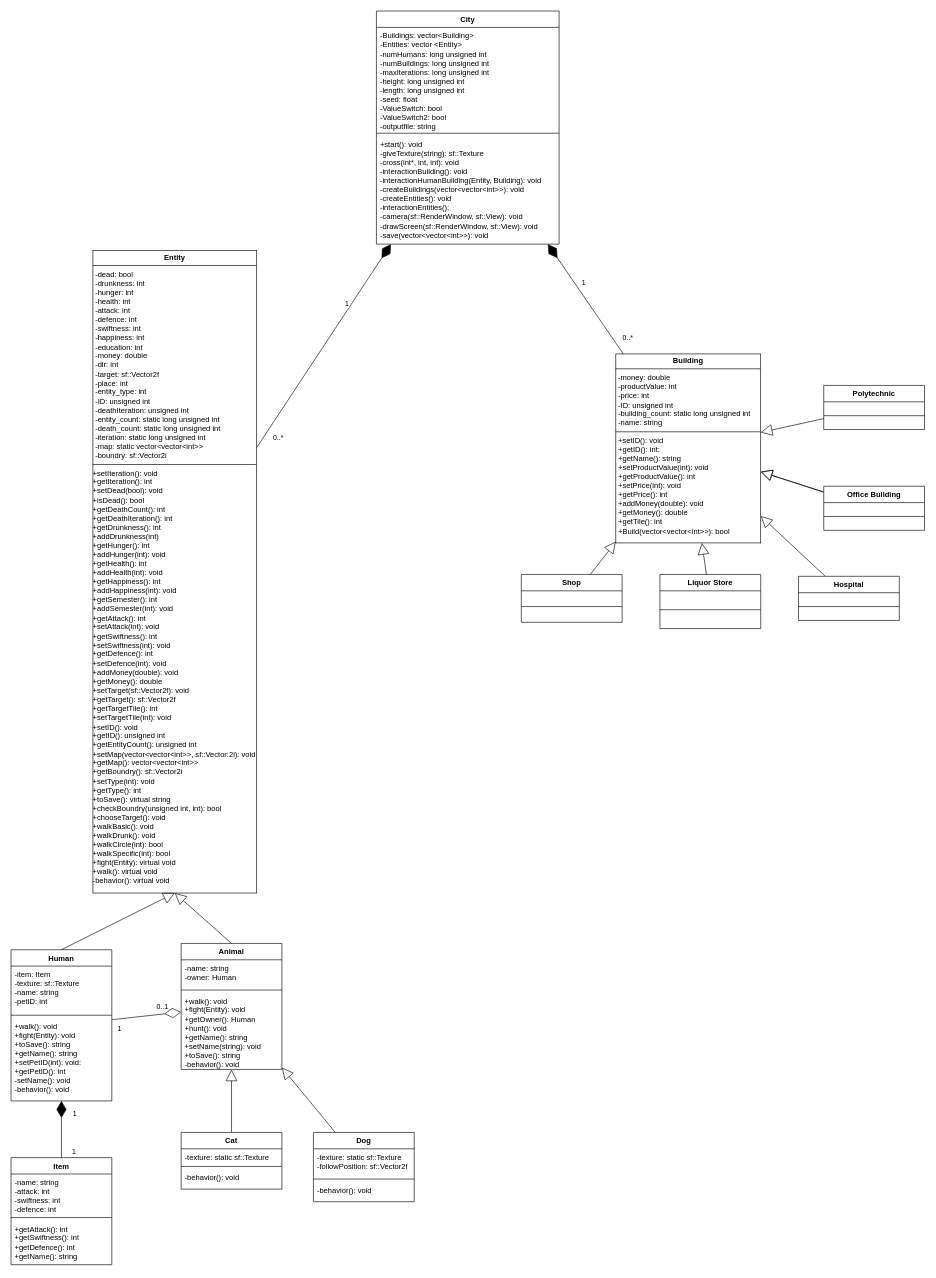
The draw.io diagram drawio/Diagram_Class.drawio in KacKep/city_simulator, before the edit. Source tidied: cells renumbered, new cells numbered last; positions are measured from the earlier drawing's top-left corner, leaving out a move shared by most shapes. Both pictures are drawn from the tidied source at 63%, with x=0, y=0 at pixel (11, 11).
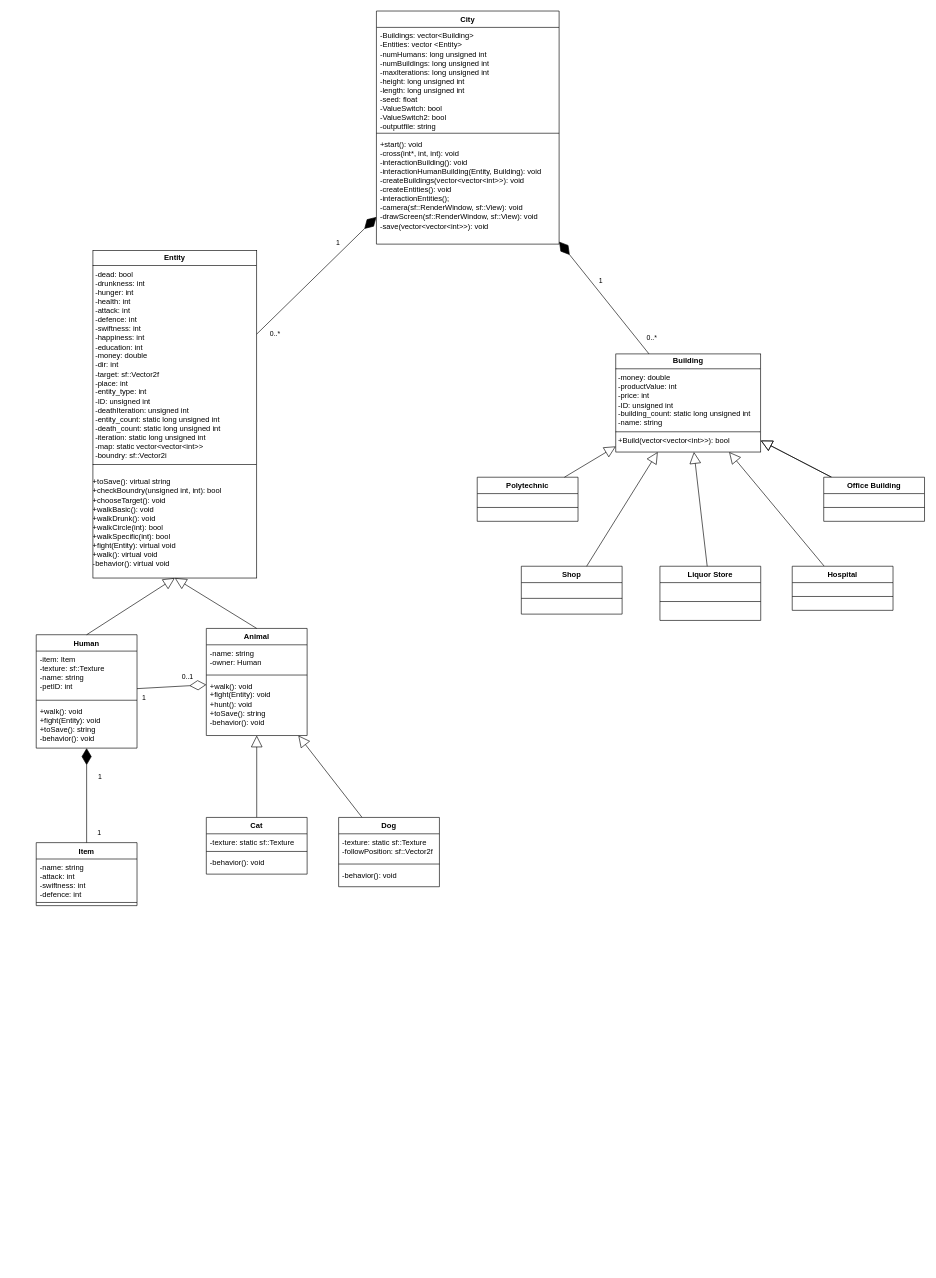
Above is the later version.

The change refers to these unchanged cells:
```xml
<mxCell id="2" value="City" style="swimlane;fontStyle=1;align=center;verticalAlign=top;horizontal=1;startSize=26;whiteSpace=wrap;html=1;" parent="1" vertex="1">
  <mxGeometry x="580" width="290" height="370" as="geometry" />
</mxCell>
```

The edit, as a diff of the source:
```diff
@@
-    <mxCell id="5" value="&lt;div&gt;+start(): void&lt;/div&gt;&lt;div&gt;-giveTexture(string): sf::Texture&lt;/div&gt;&lt;div&gt;-cross(int*, int, int): void&lt;/div&gt;&lt;div&gt;-interactionBuilding(): void&lt;/div&gt;&lt;div&gt;-interactionHumanBuilding(Entity, Building): void&lt;/div&gt;&lt;div&gt;&lt;div&gt;-createBuildings(vector&amp;lt;vector&amp;lt;int&amp;gt;&amp;gt;): void&lt;/div&gt;&lt;div&gt;-createEntities(): void&lt;/div&gt;&lt;div&gt;-interactionEntities();&lt;/div&gt;&lt;/div&gt;&lt;div&gt;-camera(sf::RenderWindow, sf::View): void&lt;/div&gt;&lt;div&gt;-drawScreen(sf::RenderWindow, sf::View): void&lt;/div&gt;&lt;div&gt;-&lt;span class=&quot;html-span xdj266r x11i5rnm xat24cr x1mh8g0r xexx8yu x4uap5 x18d9i69 xkhd6sd x1hl2dhg x16tdsg8 x1vvkbs x4k7w5x x1h91t0o x1h9r5lt x1jfb8zj xv2umb2 x1beo9mf xaigb6o x12ejxvf x3igimt xarpa2k xedcshv x1lytzrv x1t2pt76 x7ja8zs x1qrby5j&quot;&gt;&lt;span dir=&quot;auto&quot; style=&quot;----base-line-clamp-line-height: 19.9995px; --lineHeight: 19.9995px;&quot; class=&quot;x1lliihq x1plvlek xryxfnj x1n2onr6 x1ji0vk5 x18bv5gf x193iq5w xeuugli x13faqbe x1vvkbs x1s928wv xhkezso x1gmr53x x1cpjm7i x1fgarty x1943h6x x1xmvt09 x6prxxf x1fcty0u xnba3h0 xudqn12 x3x7a5m xq9mrsl&quot;&gt;save(&lt;/span&gt;&lt;/span&gt;vector&amp;lt;vector&amp;lt;int&amp;gt;&amp;gt;&lt;span class=&quot;html-span xdj266r x11i5rnm xat24cr x1mh8g0r xexx8yu x4uap5 x18d9i69 xkhd6sd x1hl2dhg x16tdsg8 x1vvkbs x4k7w5x x1h91t0o x1h9r5lt x1jfb8zj xv2umb2 x1beo9mf xaigb6o x12ejxvf x3igimt xarpa2k xedcshv x1lytzrv x1t2pt76 x7ja8zs x1qrby5j&quot;&gt;&lt;span dir=&quot;auto&quot; style=&quot;----base-line-clamp-line-height: 19.9995px; --lineHeight: 19.9995px;&quot; class=&quot;x1lliihq x1plvlek xryxfnj x1n2onr6 x1ji0vk5 x18bv5gf x193iq5w xeuugli x13faqbe x1vvkbs x1s928wv xhkezso x1gmr53x x1cpjm7i x1fgarty x1943h6x x1xmvt09 x6prxxf x1fcty0u xnba3h0 xudqn12 x3x7a5m xq9mrsl&quot;&gt;): void&lt;/span&gt;&lt;/span&gt;&lt;/div&gt;&lt;div&gt;&lt;span class=&quot;html-span xdj266r x11i5rnm xat24cr x1mh8g0r xexx8yu x4uap5 x18d9i69 xkhd6sd x1hl2dhg x16tdsg8 x1vvkbs x4k7w5x x1h91t0o x1h9r5lt x1jfb8zj xv2umb2 x1beo9mf xaigb6o x12ejxvf x3igimt xarpa2k xedcshv x1lytzrv x1t2pt76 x7ja8zs x1qrby5j&quot;&gt;&lt;span dir=&quot;auto&quot; style=&quot;----base-line-clamp-line-height: 19.9995px; --lineHeight: 19.9995px;&quot; class=&quot;x1lliihq x1plvlek xryxfnj x1n2onr6 x1ji0vk5 x18bv5gf x193iq5w xeuugli x13faqbe x1vvkbs x1s928wv xhkezso x1gmr53x x1cpjm7i x1fgarty x1943h6x x1xmvt09 x6prxxf x1fcty0u xnba3h0 xudqn12 x3x7a5m xq9mrsl&quot;&gt;&lt;br&gt;&lt;/span&gt;&lt;/span&gt;&lt;/div&gt;&lt;div&gt;&lt;br&gt;&lt;/div&gt;" style="text;strokeColor=none;fillColor=none;align=left;verticalAlign=top;spacingLeft=4;spacingRight=4;overflow=hidden;whiteSpace=wrap;html=1;" parent="2" vertex="1">
+    <mxCell id="5" value="&lt;div&gt;+start(): void&lt;/div&gt;&lt;div&gt;&lt;span style=&quot;background-color: transparent; color: light-dark(rgb(0, 0, 0), rgb(255, 255, 255));&quot;&gt;-cross(int*, int, int): void&lt;/span&gt;&lt;/div&gt;&lt;div&gt;-interactionBuilding(): void&lt;/div&gt;&lt;div&gt;-interactionHumanBuilding(Entity, Building): void&lt;/div&gt;&lt;div&gt;&lt;div&gt;-createBuildings(vector&amp;lt;vector&amp;lt;int&amp;gt;&amp;gt;): void&lt;/div&gt;&lt;div&gt;-createEntities(): void&lt;/div&gt;&lt;div&gt;-interactionEntities();&lt;/div&gt;&lt;/div&gt;&lt;div&gt;-camera(sf::RenderWindow, sf::View): void&lt;/div&gt;&lt;div&gt;-drawScreen(sf::RenderWindow, sf::View): void&lt;/div&gt;&lt;div&gt;-&lt;span class=&quot;html-span xdj266r x11i5rnm xat24cr x1mh8g0r xexx8yu x4uap5 x18d9i69 xkhd6sd x1hl2dhg x16tdsg8 x1vvkbs x4k7w5x x1h91t0o x1h9r5lt x1jfb8zj xv2umb2 x1beo9mf xaigb6o x12ejxvf x3igimt xarpa2k xedcshv x1lytzrv x1t2pt76 x7ja8zs x1qrby5j&quot;&gt;&lt;span dir=&quot;auto&quot; style=&quot;----base-line-clamp-line-height: 19.9995px; --lineHeight: 19.9995px;&quot; class=&quot;x1lliihq x1plvlek xryxfnj x1n2onr6 x1ji0vk5 x18bv5gf x193iq5w xeuugli x13faqbe x1vvkbs x1s928wv xhkezso x1gmr53x x1cpjm7i x1fgarty x1943h6x x1xmvt09 x6prxxf x1fcty0u xnba3h0 xudqn12 x3x7a5m xq9mrsl&quot;&gt;save(&lt;/span&gt;&lt;/span&gt;vector&amp;lt;vector&amp;lt;int&amp;gt;&amp;gt;&lt;span class=&quot;html-span xdj266r x11i5rnm xat24cr x1mh8g0r xexx8yu x4uap5 x18d9i69 xkhd6sd x1hl2dhg x16tdsg8 x1vvkbs x4k7w5x x1h91t0o x1h9r5lt x1jfb8zj xv2umb2 x1beo9mf xaigb6o x12ejxvf x3igimt xarpa2k xedcshv x1lytzrv x1t2pt76 x7ja8zs x1qrby5j&quot;&gt;&lt;span dir=&quot;auto&quot; style=&quot;----base-line-clamp-line-height: 19.9995px; --lineHeight: 19.9995px;&quot; class=&quot;x1lliihq x1plvlek xryxfnj x1n2onr6 x1ji0vk5 x18bv5gf x193iq5w xeuugli x13faqbe x1vvkbs x1s928wv xhkezso x1gmr53x x1cpjm7i x1fgarty x1943h6x x1xmvt09 x6prxxf x1fcty0u xnba3h0 xudqn12 x3x7a5m xq9mrsl&quot;&gt;): void&lt;/span&gt;&lt;/span&gt;&lt;/div&gt;&lt;div&gt;&lt;span class=&quot;html-span xdj266r x11i5rnm xat24cr x1mh8g0r xexx8yu x4uap5 x18d9i69 xkhd6sd x1hl2dhg x16tdsg8 x1vvkbs x4k7w5x x1h91t0o x1h9r5lt x1jfb8zj xv2umb2 x1beo9mf xaigb6o x12ejxvf x3igimt xarpa2k xedcshv x1lytzrv x1t2pt76 x7ja8zs x1qrby5j&quot;&gt;&lt;span dir=&quot;auto&quot; style=&quot;----base-line-clamp-line-height: 19.9995px; --lineHeight: 19.9995px;&quot; class=&quot;x1lliihq x1plvlek xryxfnj x1n2onr6 x1ji0vk5 x18bv5gf x193iq5w xeuugli x13faqbe x1vvkbs x1s928wv xhkezso x1gmr53x x1cpjm7i x1fgarty x1943h6x x1xmvt09 x6prxxf x1fcty0u xnba3h0 xudqn12 x3x7a5m xq9mrsl&quot;&gt;&lt;br&gt;&lt;/span&gt;&lt;/span&gt;&lt;/div&gt;&lt;div&gt;&lt;br&gt;&lt;/div&gt;" style="text;strokeColor=none;fillColor=none;align=left;verticalAlign=top;spacingLeft=4;spacingRight=4;overflow=hidden;whiteSpace=wrap;html=1;" parent="2" vertex="1">
       <mxGeometry y="198" width="290" height="172" as="geometry" />
     </mxCell>
-    <mxCell id="6" value="&lt;p style=&quot;margin:0px;margin-top:4px;text-align:center;&quot;&gt;&lt;b&gt;Entity&lt;/b&gt;&lt;/p&gt;&lt;hr size=&quot;1&quot; style=&quot;border-style:solid;&quot;&gt;&lt;p style=&quot;margin: 0px 0px 0px 4px;&quot;&gt;-dead: bool&lt;/p&gt;&lt;p style=&quot;margin: 0px 0px 0px 4px;&quot;&gt;-drunkness: int&lt;/p&gt;&lt;p style=&quot;margin: 0px 0px 0px 4px;&quot;&gt;-hunger: int&lt;/p&gt;&lt;p style=&quot;margin: 0px 0px 0px 4px;&quot;&gt;-health: int&lt;/p&gt;&lt;p style=&quot;margin: 0px 0px 0px 4px;&quot;&gt;-attack: int&lt;/p&gt;&lt;p style=&quot;margin: 0px 0px 0px 4px;&quot;&gt;-defence: int&lt;/p&gt;&lt;p style=&quot;margin: 0px 0px 0px 4px;&quot;&gt;-swiftness: int&lt;/p&gt;&lt;p style=&quot;margin: 0px 0px 0px 4px;&quot;&gt;-happiness: int&lt;/p&gt;&lt;p style=&quot;margin: 0px 0px 0px 4px;&quot;&gt;-education: int&lt;/p&gt;&lt;p style=&quot;margin: 0px 0px 0px 4px;&quot;&gt;-money: double&lt;/p&gt;&lt;p style=&quot;margin: 0px 0px 0px 4px;&quot;&gt;-dir: int&lt;/p&gt;&lt;p style=&quot;margin: 0px 0px 0px 4px;&quot;&gt;-target: sf::Vector2f&lt;/p&gt;&lt;p style=&quot;margin: 0px 0px 0px 4px;&quot;&gt;-place: int&lt;/p&gt;&lt;p style=&quot;margin: 0px 0px 0px 4px;&quot;&gt;-entity_type: int&lt;/p&gt;&lt;p style=&quot;margin: 0px 0px 0px 4px;&quot;&gt;-ID: unsigned int&lt;/p&gt;&lt;p style=&quot;margin: 0px 0px 0px 4px;&quot;&gt;-deathIteration: unsigned int&lt;/p&gt;&lt;p style=&quot;margin: 0px 0px 0px 4px;&quot;&gt;-entity_count: static long unsigned int&lt;/p&gt;&lt;p style=&quot;margin: 0px 0px 0px 4px;&quot;&gt;-death_count: static long unsigned int&lt;/p&gt;&lt;p style=&quot;margin: 0px 0px 0px 4px;&quot;&gt;-iteration: static long unsigned int&lt;/p&gt;&lt;p style=&quot;margin: 0px 0px 0px 4px;&quot;&gt;-map: static vector&amp;lt;vector&amp;lt;int&amp;gt;&amp;gt;&lt;/p&gt;&lt;p style=&quot;margin: 0px 0px 0px 4px;&quot;&gt;-boundry: sf::Vector2i&lt;/p&gt;&lt;hr size=&quot;1&quot; style=&quot;border-style:solid;&quot;&gt;&lt;div&gt;+setIteration(): void&lt;/div&gt;&lt;div&gt;+getIteration(): int&lt;/div&gt;&lt;div&gt;+setDead(bool): void&lt;/div&gt;&lt;div&gt;+isDead(): bool&lt;/div&gt;&lt;div&gt;+getDeathCount(): int&lt;/div&gt;&lt;div&gt;+getDeathIteration(): int&lt;/div&gt;&lt;div&gt;+getDrunkness(): int&lt;/div&gt;&lt;div&gt;+addDrunkness(int)&lt;/div&gt;&lt;div&gt;+getHunger(): int&lt;/div&gt;&lt;div&gt;+addHunger(int): void&lt;/div&gt;&lt;div&gt;+getHealth(): int&lt;/div&gt;&lt;div&gt;+addHealth(int): void&lt;/div&gt;&lt;div&gt;+getHappiness(): int&lt;/div&gt;&lt;div&gt;+addHappiness(int): void&lt;/div&gt;&lt;div&gt;+getSemester(): int&lt;/div&gt;&lt;div&gt;+addSemester(int): void&lt;/div&gt;&lt;div&gt;+getAttack(): int&lt;/div&gt;&lt;div&gt;+setAttack(int): void&lt;/div&gt;&lt;div&gt;+getSwiftness(): int&lt;/div&gt;&lt;div&gt;+setSwiftness(int): void&lt;/div&gt;&lt;div&gt;+getDefence(): int&lt;/div&gt;&lt;div&gt;+setDefence(int): void&lt;/div&gt;&lt;div&gt;+addMoney(double): void&lt;/div&gt;&lt;div&gt;+getMoney(): double&lt;/div&gt;&lt;div&gt;&lt;div&gt;+setTarget(&lt;span style=&quot;background-color: transparent; color: light-dark(rgb(0, 0, 0), rgb(255, 255, 255));&quot;&gt;&lt;/span&gt;&lt;span style=&quot;background-color: transparent; color: light-dark(rgb(0, 0, 0), rgb(255, 255, 255));&quot;&gt;sf::Vector2f&lt;/span&gt;): void&lt;/div&gt;&lt;div&gt;+getTarget(): sf::Vector2f&lt;/div&gt;&lt;div&gt;+getTargetTile(): int&lt;/div&gt;&lt;div&gt;+setTargetTile(int): void&lt;/div&gt;&lt;div&gt;+setID(): void&lt;/div&gt;&lt;div&gt;+getID(): unsigned int&lt;/div&gt;&lt;div&gt;+getEntityCount(): unsigned int&lt;/div&gt;&lt;div&gt;+setMap(vector&amp;lt;vector&amp;lt;int&amp;gt;&amp;gt;, sf::Vector:2i): void&lt;/div&gt;+getMap(): vector&amp;lt;vector&amp;lt;int&amp;gt;&amp;gt;&lt;/div&gt;&lt;div&gt;+getBoundry(): sf::Vector2i&lt;/div&gt;&lt;div&gt;+setType(int): void&lt;/div&gt;&lt;div&gt;+getType(): int&lt;/div&gt;&lt;div&gt;+toSave(): virtual string&lt;/div&gt;&lt;div&gt;+checkBoundry(unsigned int, int): bool&lt;/div&gt;&lt;div&gt;+chooseTarget(): void&lt;/div&gt;&lt;div&gt;+walkBasic(): void&lt;/div&gt;&lt;div&gt;+walkDrunk(): void&lt;/div&gt;&lt;div&gt;+walkCircle(int): bool&lt;/div&gt;&lt;div&gt;+walkSpecific(int): bool&lt;/div&gt;&lt;div&gt;+fight(Entity): virtual void&lt;br&gt;+walk(): virtual void&lt;/div&gt;&lt;div&gt;-behavior(): virtual void&lt;/div&gt;" style="verticalAlign=top;align=left;overflow=fill;html=1;whiteSpace=wrap;" parent="1" vertex="1">
-      <mxGeometry x="130" y="380" width="260" height="1020" as="geometry" />
+    <mxCell id="6" value="&lt;p style=&quot;margin:0px;margin-top:4px;text-align:center;&quot;&gt;&lt;b&gt;Entity&lt;/b&gt;&lt;/p&gt;&lt;hr size=&quot;1&quot; style=&quot;border-style:solid;&quot;&gt;&lt;p style=&quot;margin: 0px 0px 0px 4px;&quot;&gt;-dead: bool&lt;/p&gt;&lt;p style=&quot;margin: 0px 0px 0px 4px;&quot;&gt;-drunkness: int&lt;/p&gt;&lt;p style=&quot;margin: 0px 0px 0px 4px;&quot;&gt;-hunger: int&lt;/p&gt;&lt;p style=&quot;margin: 0px 0px 0px 4px;&quot;&gt;-health: int&lt;/p&gt;&lt;p style=&quot;margin: 0px 0px 0px 4px;&quot;&gt;-attack: int&lt;/p&gt;&lt;p style=&quot;margin: 0px 0px 0px 4px;&quot;&gt;-defence: int&lt;/p&gt;&lt;p style=&quot;margin: 0px 0px 0px 4px;&quot;&gt;-swiftness: int&lt;/p&gt;&lt;p style=&quot;margin: 0px 0px 0px 4px;&quot;&gt;-happiness: int&lt;/p&gt;&lt;p style=&quot;margin: 0px 0px 0px 4px;&quot;&gt;-education: int&lt;/p&gt;&lt;p style=&quot;margin: 0px 0px 0px 4px;&quot;&gt;-money: double&lt;/p&gt;&lt;p style=&quot;margin: 0px 0px 0px 4px;&quot;&gt;-dir: int&lt;/p&gt;&lt;p style=&quot;margin: 0px 0px 0px 4px;&quot;&gt;-target: sf::Vector2f&lt;/p&gt;&lt;p style=&quot;margin: 0px 0px 0px 4px;&quot;&gt;-place: int&lt;/p&gt;&lt;p style=&quot;margin: 0px 0px 0px 4px;&quot;&gt;-entity_type: int&lt;/p&gt;&lt;p style=&quot;margin: 0px 0px 0px 4px;&quot;&gt;-ID: unsigned int&lt;/p&gt;&lt;p style=&quot;margin: 0px 0px 0px 4px;&quot;&gt;-deathIteration: unsigned int&lt;/p&gt;&lt;p style=&quot;margin: 0px 0px 0px 4px;&quot;&gt;-entity_count: static long unsigned int&lt;/p&gt;&lt;p style=&quot;margin: 0px 0px 0px 4px;&quot;&gt;-death_count: static long unsigned int&lt;/p&gt;&lt;p style=&quot;margin: 0px 0px 0px 4px;&quot;&gt;-iteration: static long unsigned int&lt;/p&gt;&lt;p style=&quot;margin: 0px 0px 0px 4px;&quot;&gt;-map: static vector&amp;lt;vector&amp;lt;int&amp;gt;&amp;gt;&lt;/p&gt;&lt;p style=&quot;margin: 0px 0px 0px 4px;&quot;&gt;-boundry: sf::Vector2i&lt;/p&gt;&lt;hr size=&quot;1&quot; style=&quot;border-style:solid;&quot;&gt;&lt;div&gt;&lt;br&gt;&lt;/div&gt;&lt;div&gt;+toSave(): virtual string&lt;/div&gt;&lt;div&gt;+checkBoundry(unsigned int, int): bool&lt;/div&gt;&lt;div&gt;+chooseTarget(): void&lt;/div&gt;&lt;div&gt;+walkBasic(): void&lt;/div&gt;&lt;div&gt;+walkDrunk(): void&lt;/div&gt;&lt;div&gt;+walkCircle(int): bool&lt;/div&gt;&lt;div&gt;+walkSpecific(int): bool&lt;/div&gt;&lt;div&gt;+fight(Entity): virtual void&lt;br&gt;+walk(): virtual void&lt;/div&gt;&lt;div&gt;-behavior(): virtual void&lt;/div&gt;" style="verticalAlign=top;align=left;overflow=fill;html=1;whiteSpace=wrap;" parent="1" vertex="1">
+      <mxGeometry x="130" y="380" width="260" height="520" as="geometry" />
     </mxCell>
-    <mxCell id="7" value="&lt;p style=&quot;margin:0px;margin-top:4px;text-align:center;&quot;&gt;&lt;b&gt;Building&lt;/b&gt;&lt;/p&gt;&lt;hr size=&quot;1&quot; style=&quot;border-style:solid;&quot;&gt;&lt;p style=&quot;margin:0px;margin-left:4px;&quot;&gt;-money: double&lt;/p&gt;&lt;p style=&quot;margin:0px;margin-left:4px;&quot;&gt;-productValue: int&lt;/p&gt;&lt;p style=&quot;margin:0px;margin-left:4px;&quot;&gt;-price: int&lt;/p&gt;&lt;p style=&quot;margin:0px;margin-left:4px;&quot;&gt;-ID: unsigned int&lt;/p&gt;&lt;p style=&quot;margin:0px;margin-left:4px;&quot;&gt;-building_count: static long unsigned int&lt;/p&gt;&lt;p style=&quot;margin:0px;margin-left:4px;&quot;&gt;-name: string&lt;/p&gt;&lt;p style=&quot;margin:0px;margin-left:4px;&quot;&gt;&lt;/p&gt;&lt;hr size=&quot;1&quot; style=&quot;border-style:solid;&quot;&gt;&lt;p style=&quot;margin:0px;margin-left:4px;&quot;&gt;+setID(): void&lt;/p&gt;&lt;p style=&quot;margin:0px;margin-left:4px;&quot;&gt;+getID(): int:&lt;/p&gt;&lt;p style=&quot;margin:0px;margin-left:4px;&quot;&gt;+getName(): string&lt;/p&gt;&lt;p style=&quot;margin:0px;margin-left:4px;&quot;&gt;+setProductValue(int): void&lt;/p&gt;&lt;p style=&quot;margin:0px;margin-left:4px;&quot;&gt;+getProductValue(): int&lt;/p&gt;&lt;p style=&quot;margin:0px;margin-left:4px;&quot;&gt;+setPrice(int): void&lt;/p&gt;&lt;p style=&quot;margin:0px;margin-left:4px;&quot;&gt;+getPrice(): int&lt;/p&gt;&lt;p style=&quot;margin:0px;margin-left:4px;&quot;&gt;+addMoney(double): void&lt;/p&gt;&lt;p style=&quot;margin:0px;margin-left:4px;&quot;&gt;+getMoney(): double&lt;/p&gt;&lt;p style=&quot;margin:0px;margin-left:4px;&quot;&gt;+getTile(): int&lt;/p&gt;&lt;p style=&quot;margin:0px;margin-left:4px;&quot;&gt;+Build(vector&amp;lt;vector&amp;lt;int&amp;gt;&amp;gt;): bool&lt;/p&gt;" style="verticalAlign=top;align=left;overflow=fill;html=1;whiteSpace=wrap;" parent="1" vertex="1">
-      <mxGeometry x="960" y="544.3" width="230" height="300" as="geometry" />
+    <mxCell id="7" value="&lt;p style=&quot;margin:0px;margin-top:4px;text-align:center;&quot;&gt;&lt;b&gt;Building&lt;/b&gt;&lt;/p&gt;&lt;hr size=&quot;1&quot; style=&quot;border-style:solid;&quot;&gt;&lt;p style=&quot;margin:0px;margin-left:4px;&quot;&gt;-money: double&lt;/p&gt;&lt;p style=&quot;margin:0px;margin-left:4px;&quot;&gt;-productValue: int&lt;/p&gt;&lt;p style=&quot;margin:0px;margin-left:4px;&quot;&gt;-price: int&lt;/p&gt;&lt;p style=&quot;margin:0px;margin-left:4px;&quot;&gt;-ID: unsigned int&lt;/p&gt;&lt;p style=&quot;margin:0px;margin-left:4px;&quot;&gt;-building_count: static long unsigned int&lt;/p&gt;&lt;p style=&quot;margin:0px;margin-left:4px;&quot;&gt;-name: string&lt;/p&gt;&lt;p style=&quot;margin:0px;margin-left:4px;&quot;&gt;&lt;/p&gt;&lt;hr size=&quot;1&quot; style=&quot;border-style:solid;&quot;&gt;&lt;p style=&quot;margin:0px;margin-left:4px;&quot;&gt;&lt;span style=&quot;background-color: transparent; color: light-dark(rgb(0, 0, 0), rgb(255, 255, 255));&quot;&gt;+Build(vector&amp;lt;vector&amp;lt;int&amp;gt;&amp;gt;): bool&lt;/span&gt;&lt;/p&gt;" style="verticalAlign=top;align=left;overflow=fill;html=1;whiteSpace=wrap;" parent="1" vertex="1">
+      <mxGeometry x="960" y="544.3" width="230" height="155.7" as="geometry" />
     </mxCell>
     <mxCell id="8" value="Human" style="swimlane;fontStyle=1;align=center;verticalAlign=top;horizontal=1;startSize=26;whiteSpace=wrap;html=1;" parent="1" vertex="1">
-      <mxGeometry y="1490" width="160" height="240" as="geometry" />
+      <mxGeometry x="40" y="990" width="160" height="180" as="geometry" />
     </mxCell>
@@
-    <mxCell id="11" value="&lt;div&gt;+walk(): void&lt;/div&gt;&lt;div&gt;+fight(Entity): void&lt;/div&gt;&lt;div&gt;+toSave(): string&lt;/div&gt;&lt;div&gt;+getName(): string&lt;/div&gt;&lt;div&gt;+setPetID(int): void:&lt;/div&gt;&lt;div&gt;+getPetID(): int&lt;/div&gt;&lt;div&gt;-setName(): void&lt;/div&gt;&lt;div&gt;-behavior(): void&lt;/div&gt;" style="text;strokeColor=none;fillColor=none;align=left;verticalAlign=top;spacingLeft=4;spacingRight=4;overflow=hidden;whiteSpace=wrap;html=1;" parent="8" vertex="1">
-      <mxGeometry y="108" width="160" height="132" as="geometry" />
+    <mxCell id="11" value="&lt;div&gt;+walk(): void&lt;/div&gt;&lt;div&gt;+fight(Entity): void&lt;/div&gt;&lt;div&gt;+toSave(): string&lt;/div&gt;&lt;div&gt;-behavior(): void&lt;/div&gt;" style="text;strokeColor=none;fillColor=none;align=left;verticalAlign=top;spacingLeft=4;spacingRight=4;overflow=hidden;whiteSpace=wrap;html=1;" parent="8" vertex="1">
+      <mxGeometry y="108" width="160" height="72" as="geometry" />
     </mxCell>
     <mxCell id="12" value="Animal" style="swimlane;fontStyle=1;align=center;verticalAlign=top;horizontal=1;startSize=26;whiteSpace=wrap;html=1;" parent="1" vertex="1">
-      <mxGeometry x="270" y="1480" width="160" height="200" as="geometry" />
+      <mxGeometry x="310" y="980" width="160" height="170" as="geometry" />
     </mxCell>
@@
-    <mxCell id="15" value="&lt;div&gt;+walk(): void&lt;/div&gt;&lt;div&gt;+fight(Entity): void&lt;/div&gt;&lt;div&gt;+getOwner(): Human&lt;/div&gt;&lt;div&gt;+hunt(): void&lt;/div&gt;&lt;div&gt;+getName(): string&lt;/div&gt;&lt;div&gt;+setName(string): void&lt;/div&gt;&lt;div&gt;+toSave(): string&lt;/div&gt;&lt;div&gt;-behavior(): void&lt;/div&gt;" style="text;strokeColor=none;fillColor=none;align=left;verticalAlign=top;spacingLeft=4;spacingRight=4;overflow=hidden;whiteSpace=wrap;html=1;" parent="12" vertex="1">
-      <mxGeometry y="78" width="160" height="122" as="geometry" />
+    <mxCell id="15" value="&lt;div&gt;+walk(): void&lt;/div&gt;&lt;div&gt;+fight(Entity): void&lt;/div&gt;&lt;div&gt;+hunt(): void&lt;/div&gt;&lt;div&gt;+toSave(): string&lt;/div&gt;&lt;div&gt;-behavior(): void&lt;/div&gt;" style="text;strokeColor=none;fillColor=none;align=left;verticalAlign=top;spacingLeft=4;spacingRight=4;overflow=hidden;whiteSpace=wrap;html=1;" parent="12" vertex="1">
+      <mxGeometry y="78" width="160" height="92" as="geometry" />
     </mxCell>
     <mxCell id="16" value="Item" style="swimlane;fontStyle=1;align=center;verticalAlign=top;horizontal=1;startSize=26;whiteSpace=wrap;html=1;" parent="1" vertex="1">
-      <mxGeometry y="1820" width="160" height="170" as="geometry" />
+      <mxGeometry x="40" y="1320" width="160" height="100" as="geometry" />
     </mxCell>
@@
-    <mxCell id="19" value="+getAttack(): int&lt;div&gt;+getSwiftness(): int&lt;/div&gt;&lt;div&gt;+getDefence(): int&lt;/div&gt;&lt;div&gt;+getName(): string&lt;/div&gt;" style="text;strokeColor=none;fillColor=none;align=left;verticalAlign=top;spacingLeft=4;spacingRight=4;overflow=hidden;whiteSpace=wrap;html=1;" parent="16" vertex="1">
-      <mxGeometry y="100" width="160" height="70" as="geometry" />
-    </mxCell>
@@
     <mxCell id="22" value="&lt;div&gt;Shop&lt;/div&gt;" style="swimlane;fontStyle=1;align=center;verticalAlign=top;horizontal=1;startSize=26;whiteSpace=wrap;html=1;" parent="1" vertex="1">
-      <mxGeometry x="810" y="894.3" width="160" height="76" as="geometry" />
+      <mxGeometry x="810" y="881.3" width="160" height="76" as="geometry" />
     </mxCell>
@@
     <mxCell id="24" value="Liquor Store" style="swimlane;fontStyle=1;align=center;verticalAlign=top;horizontal=1;startSize=26;whiteSpace=wrap;html=1;" parent="1" vertex="1">
-      <mxGeometry x="1030" y="894.3" width="160" height="86" as="geometry" />
+      <mxGeometry x="1030" y="881.3" width="160" height="86" as="geometry" />
     </mxCell>
@@
     <mxCell id="40" value="Cat" style="swimlane;fontStyle=1;align=center;verticalAlign=top;horizontal=1;startSize=26;whiteSpace=wrap;html=1;" parent="1" vertex="1">
-      <mxGeometry x="270" y="1780" width="160" height="90" as="geometry" />
+      <mxGeometry x="310" y="1280" width="160" height="90" as="geometry" />
     </mxCell>
@@
     <mxCell id="44" value="Dog" style="swimlane;fontStyle=1;align=center;verticalAlign=top;horizontal=1;startSize=26;whiteSpace=wrap;html=1;" parent="1" vertex="1">
-      <mxGeometry x="480" y="1780" width="160" height="110" as="geometry" />
+      <mxGeometry x="520" y="1280" width="160" height="110" as="geometry" />
     </mxCell>
@@
     <mxCell id="48" value="Hospital" style="swimlane;fontStyle=1;align=center;verticalAlign=top;horizontal=1;startSize=26;whiteSpace=wrap;html=1;" parent="1" vertex="1">
-      <mxGeometry x="1250" y="897.3" width="160" height="70" as="geometry" />
+      <mxGeometry x="1240" y="881.3" width="160" height="70" as="geometry" />
     </mxCell>
@@
     <mxCell id="50" value="Polytechnic" style="swimlane;fontStyle=1;align=center;verticalAlign=top;horizontal=1;startSize=26;whiteSpace=wrap;html=1;" parent="1" vertex="1">
-      <mxGeometry x="1290" y="594.3" width="160" height="70" as="geometry" />
+      <mxGeometry x="740" y="740" width="160" height="70" as="geometry" />
     </mxCell>
@@
     <mxCell id="54" value="Office Building" style="swimlane;fontStyle=1;align=center;verticalAlign=top;horizontal=1;startSize=26;whiteSpace=wrap;html=1;" parent="1" vertex="1">
-      <mxGeometry x="1290" y="754.3" width="160" height="70" as="geometry" />
+      <mxGeometry x="1290" y="740" width="160" height="70" as="geometry" />
     </mxCell>
@@
+    <mxCell id="56" style="edgeStyle=orthogonalEdgeStyle;rounded=0;orthogonalLoop=1;jettySize=auto;html=1;exitX=0.5;exitY=1;exitDx=0;exitDy=0;" parent="1" edge="1" source="6" target="6">
+      <mxGeometry relative="1" as="geometry" />
+    </mxCell>
```
